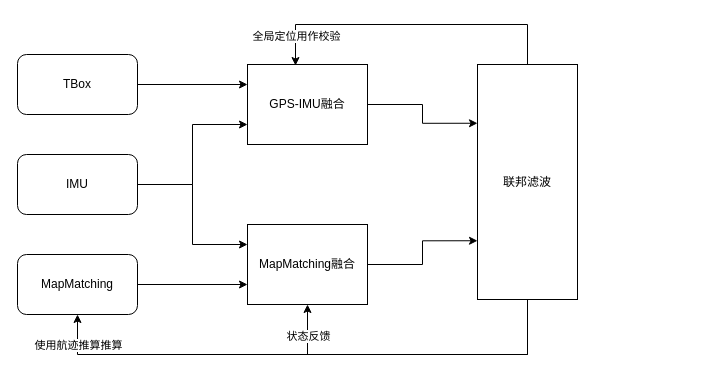
cyzhang100/tianxian keeps this draw.io diagram as 融合定位算法架构.drawio. Above is the earlier version. Source tidied: cells renumbered, new cells numbered last; positions are measured from the earlier drawing's top-left corner, leaving out a move shared by most shapes. Both pictures are drawn from the tidied source at 100%, with x=0, y=0 at pixel (17, 24).
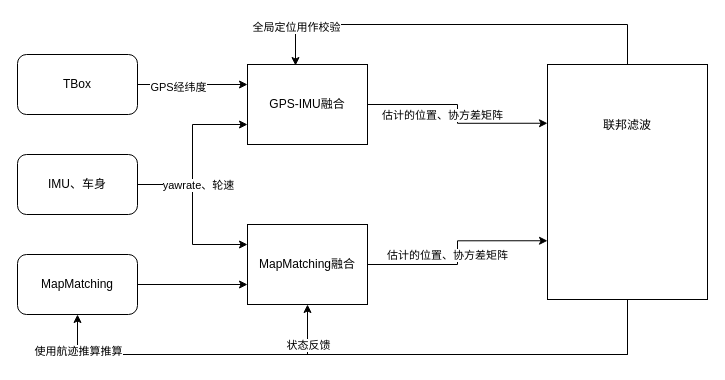
Above is the later version.

Commit message (it also covers changes not shown here):
Update 融合定位算法架构.drawio

Unchanged cells that the change refers to:
```xml
<mxCell id="2" style="edgeStyle=orthogonalEdgeStyle;rounded=0;jettySize=auto;html=1;entryX=0;entryY=0.25;entryDx=0;entryDy=0;" parent="1" edge="1" source="3" target="10">
  <mxGeometry relative="1" as="geometry" />
</mxCell>
<mxCell id="3" value="GPS-IMU融合" style="rounded=0;whiteSpace=wrap;html=1;" parent="1" vertex="1">
  <mxGeometry x="230" y="40" width="120" height="80" as="geometry" />
</mxCell>
<mxCell id="11" style="edgeStyle=orthogonalEdgeStyle;rounded=0;jettySize=auto;html=1;exitX=1;exitY=0.5;exitDx=0;exitDy=0;entryX=0;entryY=0.25;entryDx=0;entryDy=0;" parent="1" edge="1" source="12" target="3">
  <mxGeometry relative="1" as="geometry" />
</mxCell>
<mxCell id="14" style="edgeStyle=orthogonalEdgeStyle;rounded=0;jettySize=auto;html=1;entryX=0;entryY=0.25;entryDx=0;entryDy=0;" parent="1" edge="1" source="15" target="19">
  <mxGeometry relative="1" as="geometry" />
</mxCell>
<mxCell id="17" value="MapMatching" style="rounded=1;whiteSpace=wrap;html=1;" parent="1" vertex="1">
  <mxGeometry y="230" width="120" height="60" as="geometry" />
</mxCell>
<mxCell id="18" style="edgeStyle=orthogonalEdgeStyle;rounded=0;jettySize=auto;html=1;entryX=0;entryY=0.75;entryDx=0;entryDy=0;" parent="1" edge="1" source="19" target="10">
  <mxGeometry relative="1" as="geometry" />
</mxCell>
<mxCell id="19" value="MapMatching融合" style="rounded=0;whiteSpace=wrap;html=1;" parent="1" vertex="1">
  <mxGeometry x="230" y="200" width="120" height="80" as="geometry" />
</mxCell>
```

Diff of the diagram source:
```diff
@@
+    <mxCell id="20" value="估计的位置、协方差矩阵" style="edgeLabel;html=1;align=center;verticalAlign=middle;" parent="2" vertex="1">
+      <mxGeometry x="-0.31" y="1" relative="1" as="geometry">
+        <mxPoint x="5" y="11" as="offset" />
+      </mxGeometry>
+    </mxCell>
@@
     <mxCell id="4" style="edgeStyle=orthogonalEdgeStyle;rounded=0;jettySize=auto;html=1;entryX=0.5;entryY=1;entryDx=0;entryDy=0;exitX=0.5;exitY=1;exitDx=0;exitDy=0;" parent="1" edge="1" source="10" target="19">
       <mxGeometry relative="1" as="geometry">
         <Array as="points">
-          <mxPoint x="510" y="330" />
+          <mxPoint x="610" y="330" />
           <mxPoint x="290" y="330" />
         </Array>
       </mxGeometry>
     </mxCell>
@@
     <mxCell id="6" style="edgeStyle=orthogonalEdgeStyle;rounded=0;jettySize=auto;html=1;entryX=0.5;entryY=1;entryDx=0;entryDy=0;" parent="1" edge="1" source="10" target="17">
       <mxGeometry relative="1" as="geometry">
         <Array as="points">
-          <mxPoint x="510" y="330" />
+          <mxPoint x="610" y="330" />
           <mxPoint x="60" y="330" />
         </Array>
       </mxGeometry>
     </mxCell>
@@
     <mxCell id="8" style="edgeStyle=orthogonalEdgeStyle;rounded=0;jettySize=auto;html=1;entryX=0.4;entryY=0.013;entryDx=0;entryDy=0;entryPerimeter=0;" parent="1" edge="1" source="10" target="3">
       <mxGeometry relative="1" as="geometry">
         <Array as="points">
-          <mxPoint x="510" />
+          <mxPoint x="610" />
           <mxPoint x="278" />
         </Array>
       </mxGeometry>
     </mxCell>
@@
-    <mxCell id="10" value="联邦滤波" style="rounded=0;whiteSpace=wrap;html=1;" parent="1" vertex="1">
-      <mxGeometry x="460" y="40" width="100" height="235" as="geometry" />
+    <mxCell id="10" value="联邦滤波&lt;br&gt;&lt;br&gt;&lt;br&gt;&lt;br&gt;&lt;br&gt;&lt;br&gt;&lt;br&gt;&lt;br&gt;&lt;br&gt;" style="rounded=0;whiteSpace=wrap;html=1;" parent="1" vertex="1">
+      <mxGeometry x="530" y="40" width="160" height="235" as="geometry" />
     </mxCell>
@@
+    <mxCell id="21" value="GPS经纬度" style="edgeLabel;html=1;align=center;verticalAlign=middle;" parent="11" vertex="1">
+      <mxGeometry x="-0.28" y="-2" relative="1" as="geometry" />
+    </mxCell>
@@
+    <mxCell id="22" value="yawrate、轮速" style="edgeLabel;html=1;align=center;verticalAlign=middle;" parent="14" vertex="1">
+      <mxGeometry x="-0.51" y="1" relative="1" as="geometry">
+        <mxPoint x="18.3" y="1" as="offset" />
+      </mxGeometry>
+    </mxCell>
-    <mxCell id="15" value="IMU" style="rounded=1;whiteSpace=wrap;html=1;" parent="1" vertex="1">
+    <mxCell id="15" value="IMU、车身" style="rounded=1;whiteSpace=wrap;html=1;" parent="1" vertex="1">
       <mxGeometry y="130" width="120" height="60" as="geometry" />
     </mxCell>
@@
+    <mxCell id="23" value="估计的位置、协方差矩阵" style="edgeLabel;html=1;align=center;verticalAlign=middle;" parent="18" vertex="1">
+      <mxGeometry x="-0.38" y="-2" relative="1" as="geometry">
+        <mxPoint x="16.7" y="-12" as="offset" />
+      </mxGeometry>
+    </mxCell>
```
